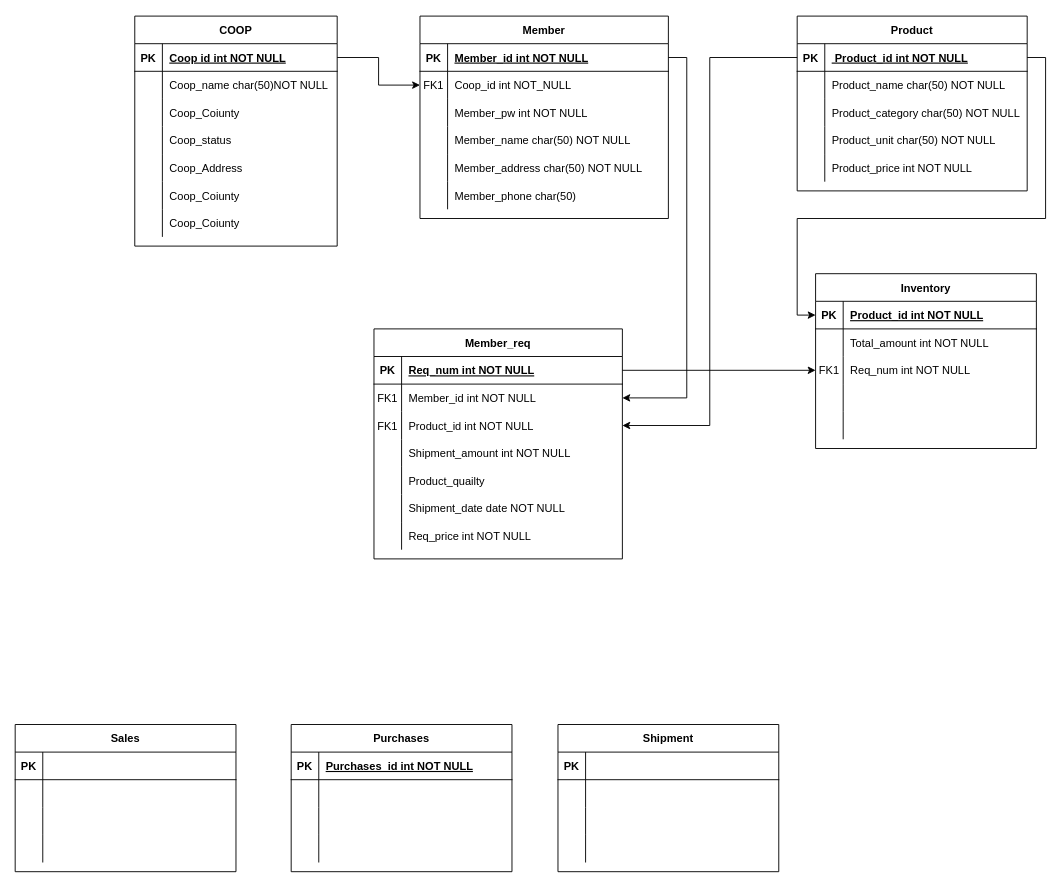
Earlier version of the draw.io diagram ERP-ERD.drawio (Now-Hyeok/CoopERP). Source tidied: cells renumbered, new cells numbered last; positions are measured from the earlier drawing's top-left corner, leaving out a move shared by most shapes. Both pictures are drawn from the tidied source at 92%, with x=0, y=0 at pixel (15, 16).
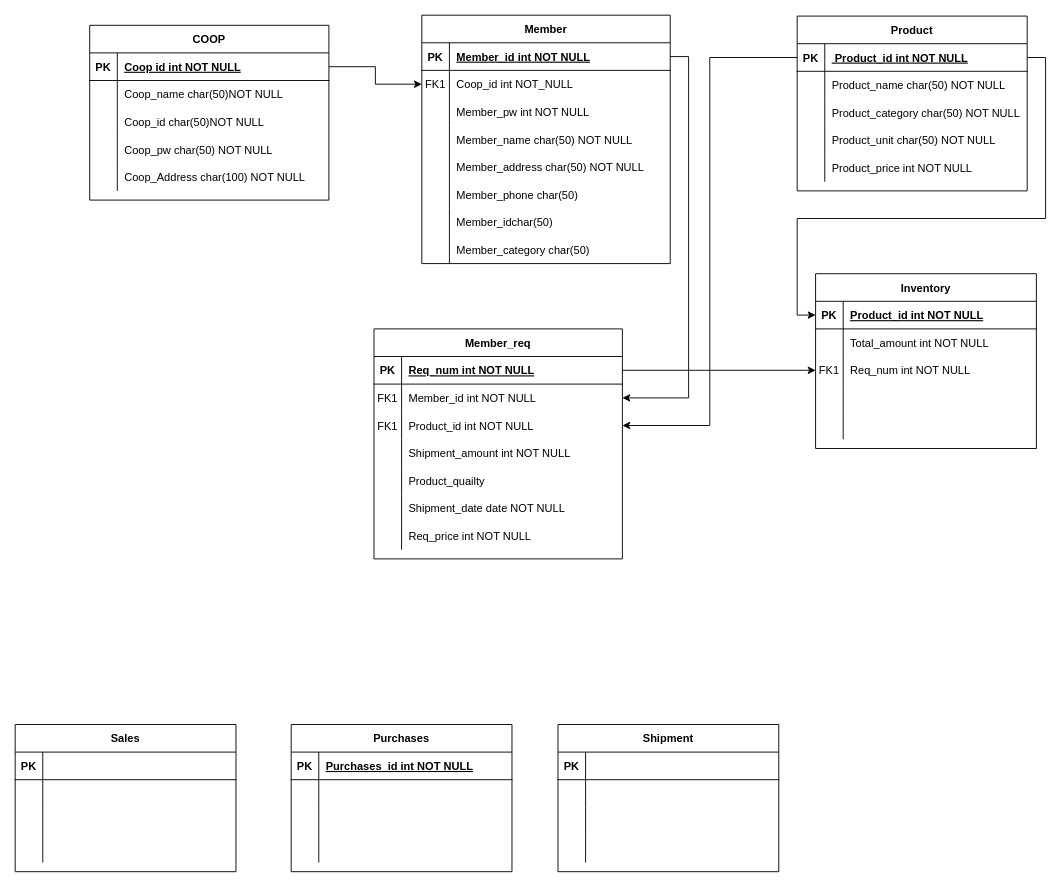
The same diagram, later.

Change to the diagram source:
```diff
@@
     <mxCell id="2" value="COOP" style="shape=table;startSize=30;childLayout=tableLayout;rowLines=0;fontStyle=1;align=center;" parent="1" vertex="1">
-      <mxGeometry x="130" width="220" height="250" as="geometry" />
+      <mxGeometry x="81" y="10" width="260" height="190" as="geometry" />
     </mxCell>
     <mxCell id="3" style="shape=tableRow;horizontal=0;startSize=0;swimlaneHead=0;swimlaneBody=0;fillColor=none;points=[[0,0.5],[1,0.5]];portConstraint=eastwest;top=0;left=0;right=0;bottom=1;" parent="2" vertex="1">
-      <mxGeometry y="30" width="220" height="30" as="geometry" />
+      <mxGeometry y="30" width="260" height="30" as="geometry" />
     </mxCell>
@@
     <mxCell id="5" value="Coop id int NOT NULL" style="shape=partialRectangle;fillColor=none;top=0;left=0;bottom=0;right=0;align=left;spacingLeft=6;fontStyle=5;overflow=hidden;" parent="3" vertex="1">
-      <mxGeometry x="30" width="190" height="30" as="geometry" />
+      <mxGeometry x="30" width="230" height="30" as="geometry" />
     </mxCell>
     <mxCell id="6" style="shape=tableRow;horizontal=0;startSize=0;swimlaneHead=0;swimlaneBody=0;fillColor=none;top=0;left=0;right=0;bottom=0;" parent="2" vertex="1">
-      <mxGeometry y="60" width="220" height="30" as="geometry" />
+      <mxGeometry y="60" width="260" height="30" as="geometry" />
     </mxCell>
@@
     <mxCell id="8" value="Coop_name char(50)NOT NULL" style="shape=partialRectangle;fillColor=none;top=0;left=0;bottom=0;right=0;align=left;spacingLeft=6;overflow=hidden;" parent="6" vertex="1">
-      <mxGeometry x="30" width="190" height="30" as="geometry" />
+      <mxGeometry x="30" width="230" height="30" as="geometry" />
     </mxCell>
     <mxCell id="9" style="shape=tableRow;horizontal=0;startSize=0;swimlaneHead=0;swimlaneBody=0;fillColor=none;top=0;left=0;right=0;bottom=0;" parent="2" vertex="1">
-      <mxGeometry y="90" width="220" height="30" as="geometry" />
+      <mxGeometry y="90" width="260" height="30" as="geometry" />
     </mxCell>
-    <mxCell id="10" style="shape=partialRectangle;fillColor=none;top=0;left=0;bottom=0;right=0;overflow=hidden;" parent="9" vertex="1">
+    <mxCell id="10" value="    " style="shape=partialRectangle;fillColor=none;top=0;left=0;bottom=0;right=0;overflow=hidden;" parent="9" vertex="1">
       <mxGeometry width="30" height="30" as="geometry" />
     </mxCell>
-    <mxCell id="11" value="Coop_Coiunty" style="shape=partialRectangle;fillColor=none;top=0;left=0;bottom=0;right=0;align=left;spacingLeft=6;overflow=hidden;" parent="9" vertex="1">
-      <mxGeometry x="30" width="190" height="30" as="geometry" />
+    <mxCell id="11" value="Coop_id char(50)NOT NULL" style="shape=partialRectangle;fillColor=none;top=0;left=0;bottom=0;right=0;align=left;spacingLeft=6;overflow=hidden;" parent="9" vertex="1">
+      <mxGeometry x="30" width="230" height="30" as="geometry" />
     </mxCell>
     <mxCell id="12" style="shape=tableRow;horizontal=0;startSize=0;swimlaneHead=0;swimlaneBody=0;fillColor=none;top=0;left=0;right=0;bottom=0;" parent="2" vertex="1">
-      <mxGeometry y="120" width="220" height="30" as="geometry" />
+      <mxGeometry y="120" width="260" height="30" as="geometry" />
     </mxCell>
@@
-    <mxCell id="14" value="Coop_status" style="shape=partialRectangle;fillColor=none;top=0;left=0;bottom=0;right=0;align=left;spacingLeft=6;overflow=hidden;" parent="12" vertex="1">
-      <mxGeometry x="30" width="190" height="30" as="geometry" />
+    <mxCell id="14" value="Coop_pw char(50) NOT NULL" style="shape=partialRectangle;fillColor=none;top=0;left=0;bottom=0;right=0;align=left;spacingLeft=6;overflow=hidden;" parent="12" vertex="1">
+      <mxGeometry x="30" width="230" height="30" as="geometry" />
     </mxCell>
     <mxCell id="15" style="shape=tableRow;horizontal=0;startSize=0;swimlaneHead=0;swimlaneBody=0;fillColor=none;top=0;left=0;right=0;bottom=0;" parent="2" vertex="1">
-      <mxGeometry y="150" width="220" height="30" as="geometry" />
+      <mxGeometry y="150" width="260" height="30" as="geometry" />
     </mxCell>
@@
-    <mxCell id="17" value="Coop_Address" style="shape=partialRectangle;fillColor=none;top=0;left=0;bottom=0;right=0;align=left;spacingLeft=6;overflow=hidden;" parent="15" vertex="1">
-      <mxGeometry x="30" width="190" height="30" as="geometry" />
+    <mxCell id="17" value="Coop_Address char(100) NOT NULL" style="shape=partialRectangle;fillColor=none;top=0;left=0;bottom=0;right=0;align=left;spacingLeft=6;overflow=hidden;" parent="15" vertex="1">
+      <mxGeometry x="30" width="230" height="30" as="geometry" />
     </mxCell>
-    <mxCell id="18" style="shape=tableRow;horizontal=0;startSize=0;swimlaneHead=0;swimlaneBody=0;fillColor=none;top=0;left=0;right=0;bottom=0;" parent="2" vertex="1">
-      <mxGeometry y="180" width="220" height="30" as="geometry" />
-    </mxCell>
-    <mxCell id="19" style="shape=partialRectangle;fillColor=none;top=0;left=0;bottom=0;right=0;overflow=hidden;" parent="18" vertex="1">
-      <mxGeometry width="30" height="30" as="geometry" />
-    </mxCell>
-    <mxCell id="20" value="Coop_Coiunty" style="shape=partialRectangle;fillColor=none;top=0;left=0;bottom=0;right=0;align=left;spacingLeft=6;overflow=hidden;" parent="18" vertex="1">
-      <mxGeometry x="30" width="190" height="30" as="geometry" />
-    </mxCell>
-    <mxCell id="21" style="shape=tableRow;horizontal=0;startSize=0;swimlaneHead=0;swimlaneBody=0;fillColor=none;top=0;left=0;right=0;bottom=0;" parent="2" vertex="1">
-      <mxGeometry y="210" width="220" height="30" as="geometry" />
-    </mxCell>
-    <mxCell id="22" style="shape=partialRectangle;fillColor=none;top=0;left=0;bottom=0;right=0;overflow=hidden;" parent="21" vertex="1">
-      <mxGeometry width="30" height="30" as="geometry" />
-    </mxCell>
-    <mxCell id="23" value="Coop_Coiunty" style="shape=partialRectangle;fillColor=none;top=0;left=0;bottom=0;right=0;align=left;spacingLeft=6;overflow=hidden;" parent="21" vertex="1">
-      <mxGeometry x="30" width="190" height="30" as="geometry" />
-    </mxCell>
     <mxCell id="24" value="Member" style="shape=table;startSize=30;childLayout=tableLayout;rowLines=0;fontStyle=1;align=center;" parent="1" vertex="1">
-      <mxGeometry x="440" width="270" height="220" as="geometry" />
+      <mxGeometry x="442" y="-1" width="270" height="270" as="geometry" />
     </mxCell>
@@
+    <mxCell id="141" style="shape=tableRow;horizontal=0;startSize=0;swimlaneHead=0;swimlaneBody=0;fillColor=none;top=0;left=0;right=0;bottom=0;" parent="24" vertex="1">
+      <mxGeometry y="210" width="270" height="30" as="geometry" />
+    </mxCell>
+    <mxCell id="142" style="shape=partialRectangle;fillColor=none;top=0;left=0;bottom=0;right=0;overflow=hidden;" parent="141" vertex="1">
+      <mxGeometry width="30" height="30" as="geometry" />
+    </mxCell>
+    <mxCell id="143" value="Member_idchar(50)" style="shape=partialRectangle;fillColor=none;top=0;left=0;bottom=0;right=0;align=left;spacingLeft=6;overflow=hidden;" parent="141" vertex="1">
+      <mxGeometry x="30" width="240" height="30" as="geometry" />
+    </mxCell>
+    <mxCell id="144" style="shape=tableRow;horizontal=0;startSize=0;swimlaneHead=0;swimlaneBody=0;fillColor=none;top=0;left=0;right=0;bottom=0;" parent="24" vertex="1">
+      <mxGeometry y="240" width="270" height="30" as="geometry" />
+    </mxCell>
+    <mxCell id="145" style="shape=partialRectangle;fillColor=none;top=0;left=0;bottom=0;right=0;overflow=hidden;" parent="144" vertex="1">
+      <mxGeometry width="30" height="30" as="geometry" />
+    </mxCell>
+    <mxCell id="146" value="Member_category char(50)" style="shape=partialRectangle;fillColor=none;top=0;left=0;bottom=0;right=0;align=left;spacingLeft=6;overflow=hidden;" parent="144" vertex="1">
+      <mxGeometry x="30" width="240" height="30" as="geometry" />
+    </mxCell>
```
